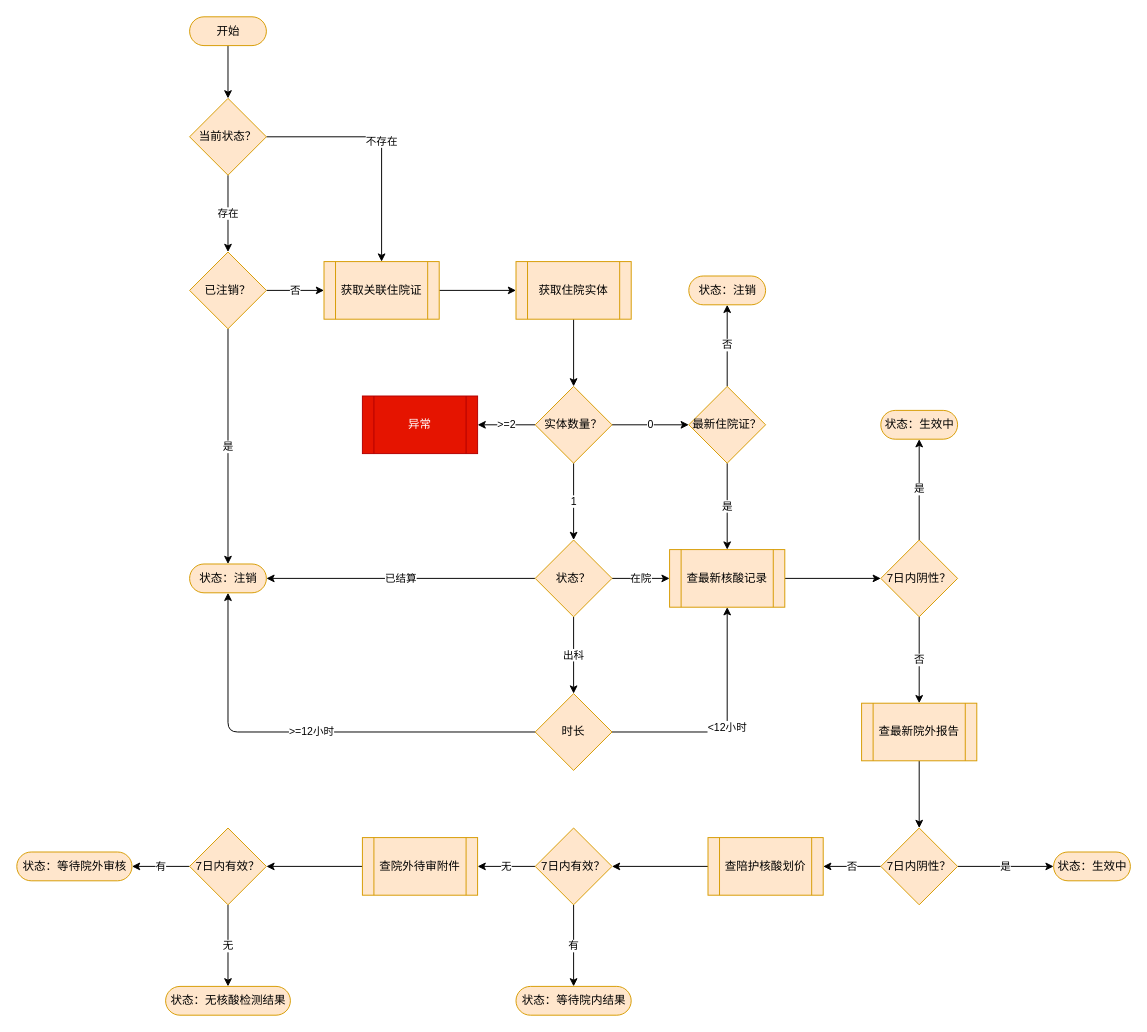
The draw.io diagram src/main/resources/drawio/获取陪护证实时状态.drawio in walnut-qin/springboot.skynet, before the edit. Source tidied: cells renumbered, new cells numbered last; positions are measured from the earlier drawing's top-left corner, leaving out a move shared by most shapes. Both pictures are drawn from the tidied source at 96%, with x=0, y=0 at pixel (16, 16).
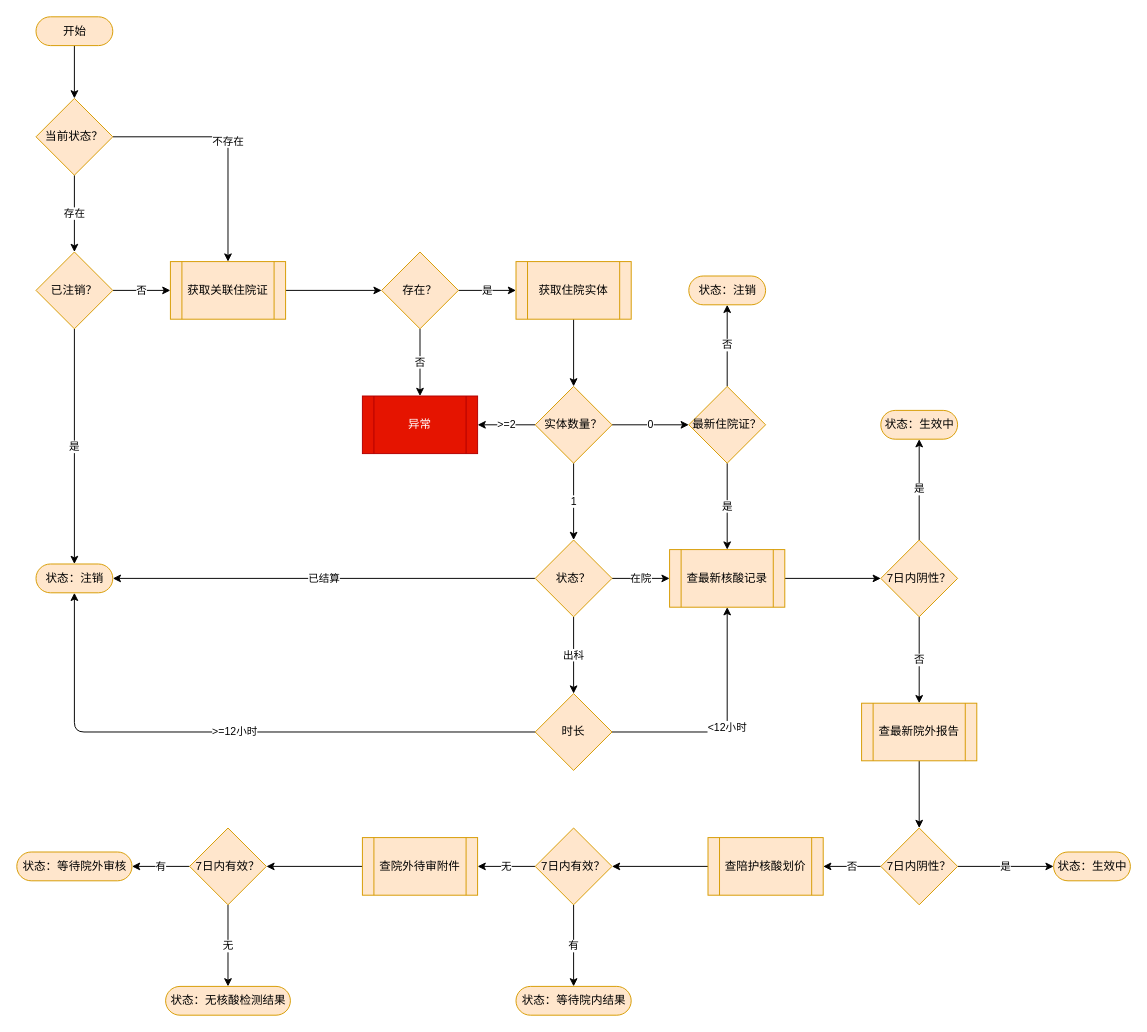
Above is the later version.

Unchanged cells that the change refers to:
```xml
<mxCell id="13" value="获取住院实体" style="shape=process;whiteSpace=wrap;html=1;backgroundOutline=1;dashed=0;strokeColor=#d79b00;fillColor=#ffe6cc;" parent="1" vertex="1">
  <mxGeometry x="520" y="255" width="120" height="60" as="geometry" />
</mxCell>
<mxCell id="18" value="异常" style="shape=process;whiteSpace=wrap;html=1;backgroundOutline=1;dashed=0;strokeColor=#B20000;fillColor=#e51400;fontColor=#ffffff;" parent="1" vertex="1">
  <mxGeometry x="360" y="395" width="120" height="60" as="geometry" />
</mxCell>
```

Change to the diagram source:
```diff
@@
     <mxCell id="3" value="开始" style="html=1;dashed=0;whitespace=wrap;shape=mxgraph.dfd.start;fillColor=#ffe6cc;strokeColor=#d79b00;" parent="1" vertex="1">
-      <mxGeometry x="180" width="80" height="30" as="geometry" />
+      <mxGeometry x="20" width="80" height="30" as="geometry" />
     </mxCell>
@@
     <mxCell id="6" value="当前状态？" style="rhombus;whiteSpace=wrap;html=1;dashed=0;strokeColor=#d79b00;fillColor=#ffe6cc;" parent="1" vertex="1">
-      <mxGeometry x="180" y="85" width="80" height="80" as="geometry" />
+      <mxGeometry x="20" y="85" width="80" height="80" as="geometry" />
     </mxCell>
@@
     <mxCell id="9" value="已注销？" style="rhombus;whiteSpace=wrap;html=1;dashed=0;strokeColor=#d79b00;fillColor=#ffe6cc;" parent="1" vertex="1">
-      <mxGeometry x="180" y="245" width="80" height="80" as="geometry" />
+      <mxGeometry x="20" y="245" width="80" height="80" as="geometry" />
     </mxCell>
-    <mxCell id="10" style="edgeStyle=none;html=1;" parent="1" edge="1" source="11" target="13">
-      <mxGeometry relative="1" as="geometry" />
-    </mxCell>
+    <mxCell id="56" style="edgeStyle=none;html=1;" parent="1" edge="1" source="11" target="59">
+      <mxGeometry relative="1" as="geometry" />
+    </mxCell>
     <mxCell id="11" value="获取关联住院证" style="shape=process;whiteSpace=wrap;html=1;backgroundOutline=1;dashed=0;strokeColor=#d79b00;fillColor=#ffe6cc;" parent="1" vertex="1">
-      <mxGeometry x="320" y="255" width="120" height="60" as="geometry" />
+      <mxGeometry x="160" y="255" width="120" height="60" as="geometry" />
     </mxCell>
@@
     <mxCell id="32" value="&lt;span&gt;状态：注销&lt;/span&gt;" style="html=1;dashed=0;whitespace=wrap;shape=mxgraph.dfd.start;fillColor=#ffe6cc;strokeColor=#d79b00;" parent="1" vertex="1">
-      <mxGeometry x="180" y="570" width="80" height="30" as="geometry" />
+      <mxGeometry x="20" y="570" width="80" height="30" as="geometry" />
     </mxCell>
@@
+    <mxCell id="57" value="否" style="edgeStyle=none;html=1;" parent="1" edge="1" source="59" target="18">
+      <mxGeometry relative="1" as="geometry" />
+    </mxCell>
+    <mxCell id="58" value="是" style="edgeStyle=none;html=1;" parent="1" edge="1" source="59" target="13">
+      <mxGeometry relative="1" as="geometry" />
+    </mxCell>
+    <mxCell id="59" value="存在？" style="rhombus;whiteSpace=wrap;html=1;dashed=0;strokeColor=#d79b00;fillColor=#ffe6cc;" parent="1" vertex="1">
+      <mxGeometry x="380" y="245" width="80" height="80" as="geometry" />
+    </mxCell>
```
